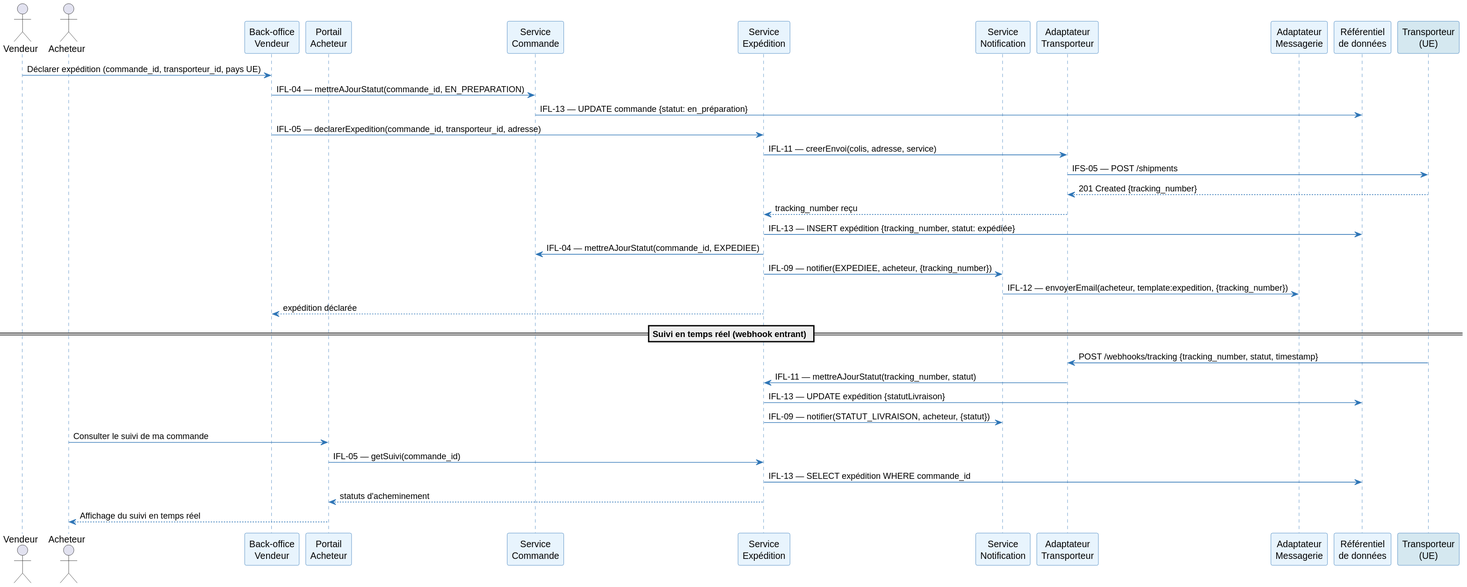
Earlier version of the PlantUML export architecture/03-logical-architecture/diagrams/la-seq-expedition.svg (louistalvande/online_shop).
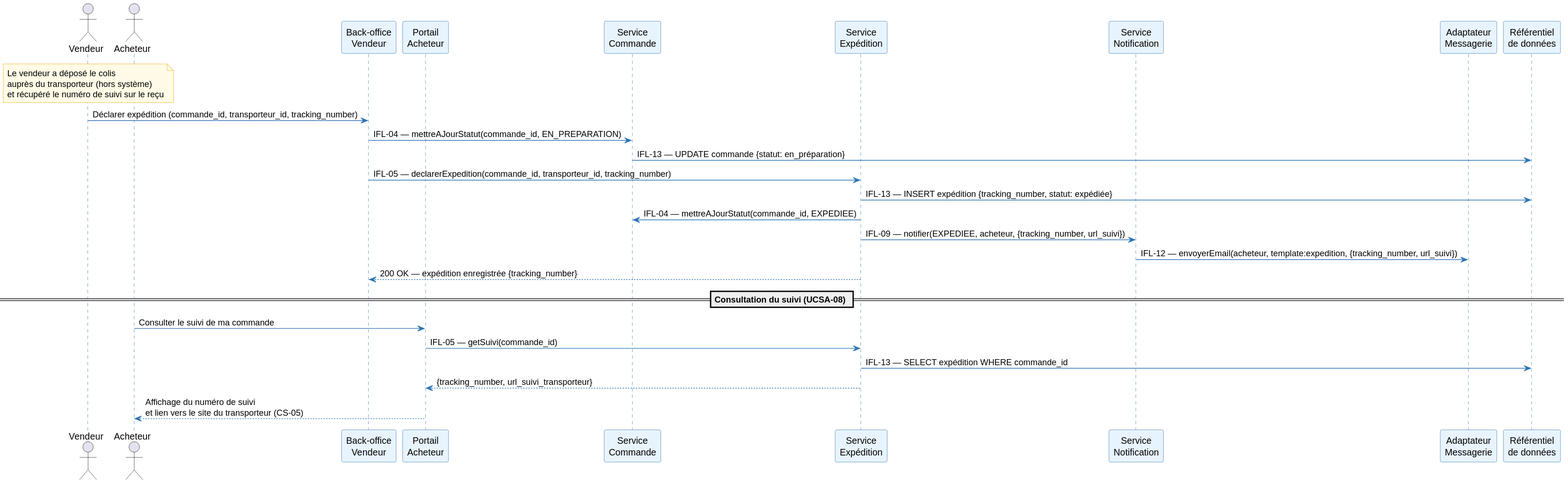
The same file after the commit.

What changed in the source:
```diff
@@ -13,36 +13,26 @@
 participant "Service\nCommande" as SvcOrder
 participant "Service\nExpédition" as SvcShipping
 participant "Service\nNotification" as SvcNotif
-participant "Adaptateur\nTransporteur" as AdpCarrier
 participant "Adaptateur\nMessagerie" as AdpMail
 participant "Référentiel\nde données" as DB
-participant "Transporteur\n(UE)" as ExtCarrier #D5E8F0
 
-Vendor -> UI_V : Déclarer expédition (commande_id, transporteur_id, pays UE)
+note over Vendor : Le vendeur a déposé le colis\nauprès du transporteur (hors système)\net récupéré le numéro de suivi sur le reçu
+
+Vendor -> UI_V : Déclarer expédition (commande_id, transporteur_id, tracking_number)
 UI_V -> SvcOrder : IFL-04 — mettreAJourStatut(commande_id, EN_PREPARATION)
 SvcOrder -> DB : IFL-13 — UPDATE commande {statut: en_préparation}
 
-UI_V -> SvcShipping : IFL-05 — declarerExpedition(commande_id, transporteur_id, adresse)
-SvcShipping -> AdpCarrier : IFL-11 — creerEnvoi(colis, adresse, service)
-AdpCarrier -> ExtCarrier : IFS-05 — POST /shipments
-
-ExtCarrier --> AdpCarrier : 201 Created {tracking_number}
-AdpCarrier --> SvcShipping : tracking_number reçu
+UI_V -> SvcShipping : IFL-05 — declarerExpedition(commande_id, transporteur_id, tracking_number)
 SvcShipping -> DB : IFL-13 — INSERT expédition {tracking_number, statut: expédiée}
 SvcShipping -> SvcOrder : IFL-04 — mettreAJourStatut(commande_id, EXPEDIEE)
-SvcShipping -> SvcNotif : IFL-09 — notifier(EXPEDIEE, acheteur, {tracking_number})
-SvcNotif -> AdpMail : IFL-12 — envoyerEmail(acheteur, template:expedition, {tracking_number})
-SvcShipping --> UI_V : expédition déclarée
+SvcShipping -> SvcNotif : IFL-09 — notifier(EXPEDIEE, acheteur, {tracking_number, url_suivi})
+SvcNotif -> AdpMail : IFL-12 — envoyerEmail(acheteur, template:expedition, {tracking_number, url_suivi})
+SvcShipping --> UI_V : 200 OK — expédition enregistrée {tracking_number}
 
-== Suivi en temps réel (webhook entrant) ==
-ExtCarrier -> AdpCarrier : POST /webhooks/tracking {tracking_number, statut, timestamp}
-AdpCarrier -> SvcShipping : IFL-11 — mettreAJourStatut(tracking_number, statut)
-SvcShipping -> DB : IFL-13 — UPDATE expédition {statutLivraison}
-SvcShipping -> SvcNotif : IFL-09 — notifier(STATUT_LIVRAISON, acheteur, {statut})
-
+== Consultation du suivi (UCSA-08) ==
 Buyer -> UI_B : Consulter le suivi de ma commande
 UI_B -> SvcShipping : IFL-05 — getSuivi(commande_id)
 SvcShipping -> DB : IFL-13 — SELECT expédition WHERE commande_id
-SvcShipping --> UI_B : statuts d'acheminement
-UI_B --> Buyer : Affichage du suivi en temps réel
+SvcShipping --> UI_B : {tracking_number, url_suivi_transporteur}
+UI_B --> Buyer : Affichage du numéro de suivi\net lien vers le site du transporteur (CS-05)
 @enduml
```
